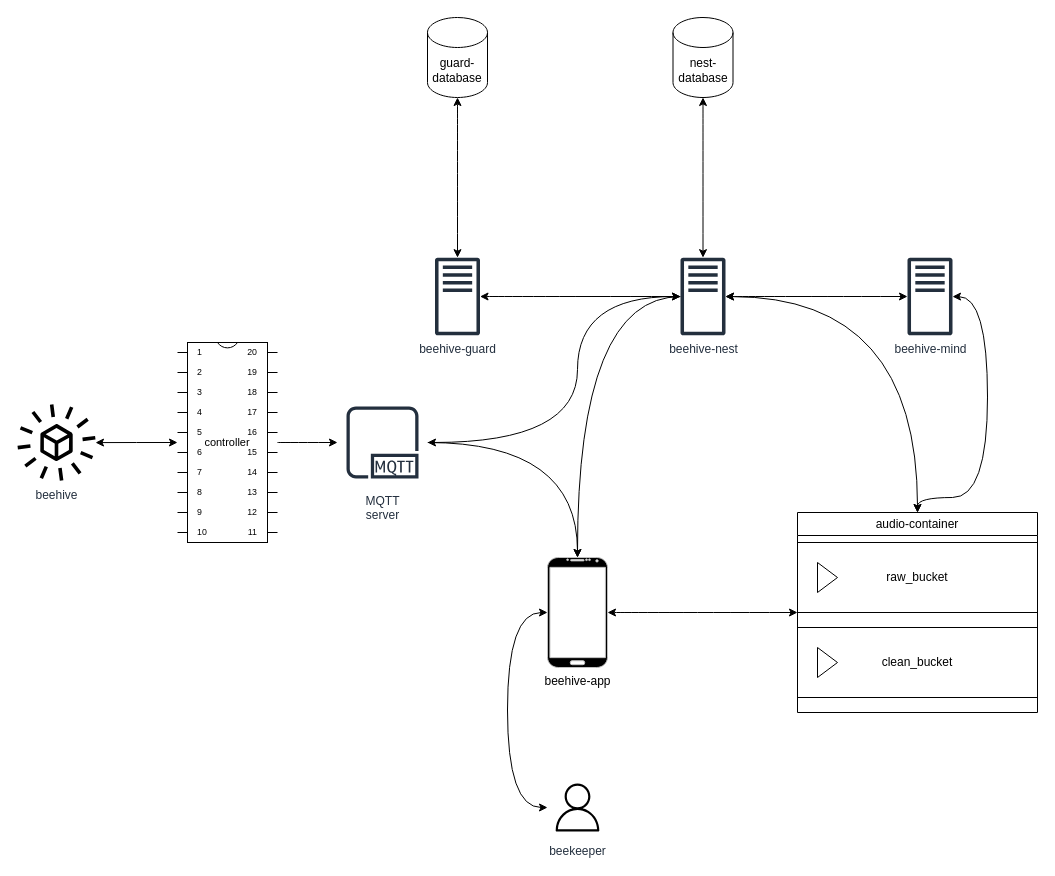
carlos-montano-hub/bumblebee keeps this draw.io diagram as docs/architecture_diagram.drawio. Above is the earlier version. Source tidied: cells renumbered, new cells numbered last; positions are measured from the earlier drawing's top-left corner, leaving out a move shared by most shapes. Both pictures are drawn from the tidied source at 100%, with x=0, y=0 at pixel (17, 17).
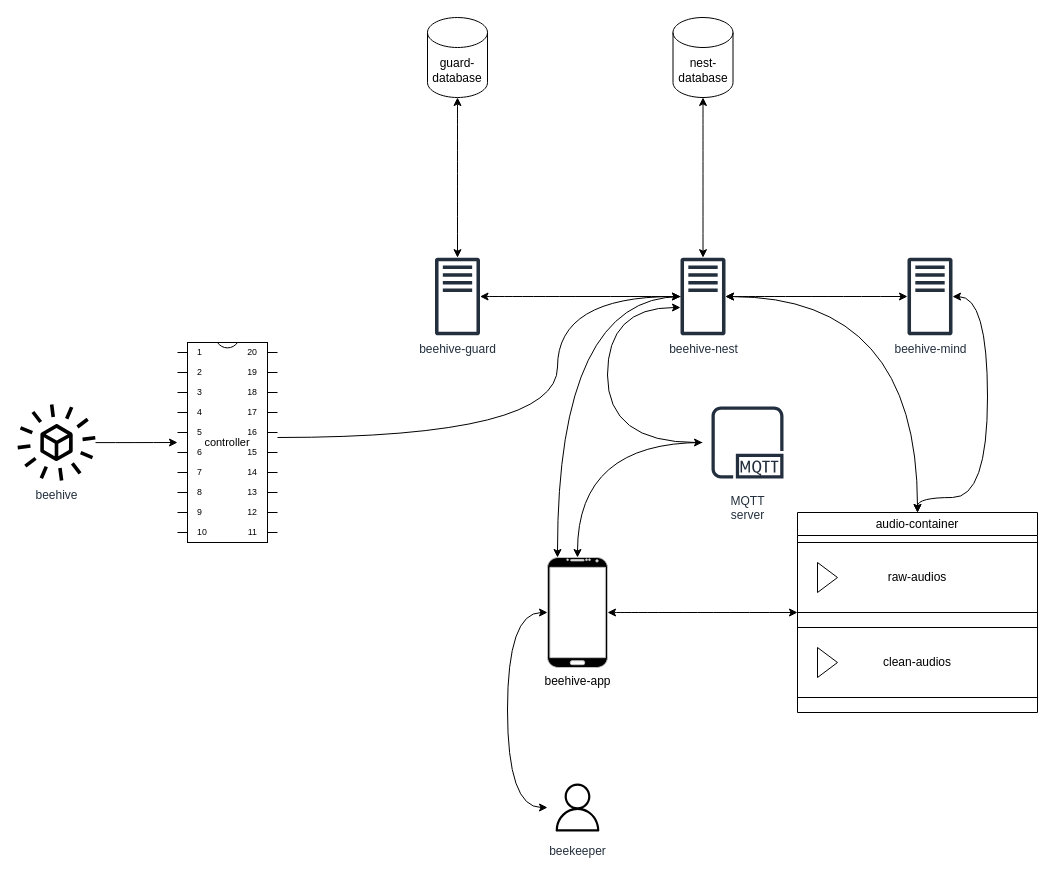
The same diagram, later.

Commit message:
changed buckets names

Unchanged cells that the change refers to:
```xml
<mxCell id="5" value="beehive-nest" style="sketch=0;outlineConnect=0;fontColor=#232F3E;gradientColor=none;fillColor=#232F3D;strokeColor=none;dashed=0;verticalLabelPosition=bottom;verticalAlign=top;align=center;html=1;fontSize=12;fontStyle=0;shape=mxgraph.aws4.traditional_server;" parent="1" vertex="1">
  <mxGeometry x="663" y="240" width="45" height="78" as="geometry" />
</mxCell>
<mxCell id="19" value="controller" style="shadow=0;dashed=0;align=center;html=1;strokeWidth=1;shape=mxgraph.electrical.logic_gates.dual_inline_ic;labelNames=a,b,c,d,e,f,g,h,i,j,k,l,m,n,o,p,q,r,s,t;whiteSpace=wrap;fontFamily=Helvetica;fontSize=11;fontColor=default;labelBackgroundColor=default;" parent="1" vertex="1">
  <mxGeometry x="160" y="325" width="100" height="200" as="geometry" />
</mxCell>
<mxCell id="21" value="beehive-app" style="verticalLabelPosition=bottom;verticalAlign=top;html=1;shadow=0;dashed=0;strokeWidth=1;shape=mxgraph.android.phone2;strokeColor=#c0c0c0;fillColor=#00000;gradientColor=none;" parent="1" vertex="1">
  <mxGeometry x="530" y="540" width="60" height="110" as="geometry" />
</mxCell>
<mxCell id="22" value="beehive" style="sketch=0;outlineConnect=0;fontColor=#232F3E;gradientColor=none;fillColor=#000000;strokeColor=none;dashed=0;verticalLabelPosition=bottom;verticalAlign=top;align=center;html=1;fontSize=12;fontStyle=0;shape=mxgraph.aws4.eventbridge_saas_partner_event_bus_resource;" parent="1" vertex="1">
  <mxGeometry y="386" width="78" height="78" as="geometry" />
</mxCell>
<mxCell id="25" value="&lt;span style=&quot;font-size: 12px; font-weight: 400;&quot;&gt;audio-container&lt;/span&gt;" style="swimlane;whiteSpace=wrap;html=1;fontFamily=Helvetica;fontSize=11;fontColor=default;" parent="1" vertex="1">
  <mxGeometry x="780" y="495" width="240" height="200" as="geometry" />
</mxCell>
```

Change to the diagram source:
```diff
@@
     <mxCell id="2" style="edgeStyle=orthogonalEdgeStyle;curved=1;html=1;" parent="1" edge="1" source="5" target="21">
-      <mxGeometry relative="1" as="geometry" />
+      <mxGeometry relative="1" as="geometry">
+        <Array as="points">
+          <mxPoint x="540" y="279" />
+        </Array>
+      </mxGeometry>
     </mxCell>
@@
     <mxCell id="15" style="edgeStyle=orthogonalEdgeStyle;curved=1;html=1;startArrow=classic;startFill=1;" parent="1" edge="1" source="16" target="5">
       <mxGeometry relative="1" as="geometry">
         <Array as="points">
-          <mxPoint x="560" y="425" />
-          <mxPoint x="560" y="279" />
+          <mxPoint x="590" y="425" />
+          <mxPoint x="590" y="290" />
         </Array>
       </mxGeometry>
     </mxCell>
     <mxCell id="16" value="MQTT&lt;br&gt;server" style="sketch=0;outlineConnect=0;fontColor=#232F3E;gradientColor=none;strokeColor=#232F3E;fillColor=#ffffff;dashed=0;verticalLabelPosition=bottom;verticalAlign=top;align=center;html=1;fontSize=12;fontStyle=0;shape=mxgraph.aws4.resourceIcon;resIcon=mxgraph.aws4.mqtt_protocol;fontFamily=Helvetica;labelBackgroundColor=default;" parent="1" vertex="1">
-      <mxGeometry x="320" y="380" width="90" height="90" as="geometry" />
+      <mxGeometry x="685" y="380" width="90" height="90" as="geometry" />
     </mxCell>
-    <mxCell id="17" style="edgeStyle=orthogonalEdgeStyle;html=1;curved=1;" parent="1" edge="1" source="19" target="16">
-      <mxGeometry relative="1" as="geometry" />
-    </mxCell>
-    <mxCell id="18" style="edgeStyle=orthogonalEdgeStyle;shape=connector;curved=1;rounded=1;html=1;labelBackgroundColor=default;strokeColor=default;fontFamily=Helvetica;fontSize=11;fontColor=default;startArrow=classic;startFill=1;endArrow=classic;" parent="1" edge="1" source="19" target="22">
-      <mxGeometry relative="1" as="geometry" />
-    </mxCell>
+    <mxCell id="30" style="edgeStyle=orthogonalEdgeStyle;html=1;curved=1;" parent="1" edge="1" source="19" target="5">
+      <mxGeometry relative="1" as="geometry">
+        <Array as="points">
+          <mxPoint x="540" y="420" />
+          <mxPoint x="540" y="279" />
+        </Array>
+      </mxGeometry>
+    </mxCell>
@@
+    <mxCell id="31" style="edgeStyle=orthogonalEdgeStyle;curved=1;html=1;" parent="1" edge="1" source="22" target="19">
+      <mxGeometry relative="1" as="geometry" />
+    </mxCell>
@@
-    <mxCell id="26" value="raw_bucket" style="html=1;whiteSpace=wrap;" parent="25" vertex="1">
+    <mxCell id="26" value="raw-audios" style="html=1;whiteSpace=wrap;" parent="25" vertex="1">
       <mxGeometry y="30" width="240" height="70" as="geometry" />
     </mxCell>
@@
-    <mxCell id="28" value="clean_bucket" style="html=1;whiteSpace=wrap;" parent="25" vertex="1">
+    <mxCell id="28" value="clean-audios" style="html=1;whiteSpace=wrap;" parent="25" vertex="1">
       <mxGeometry y="115" width="240" height="70" as="geometry" />
     </mxCell>
```
